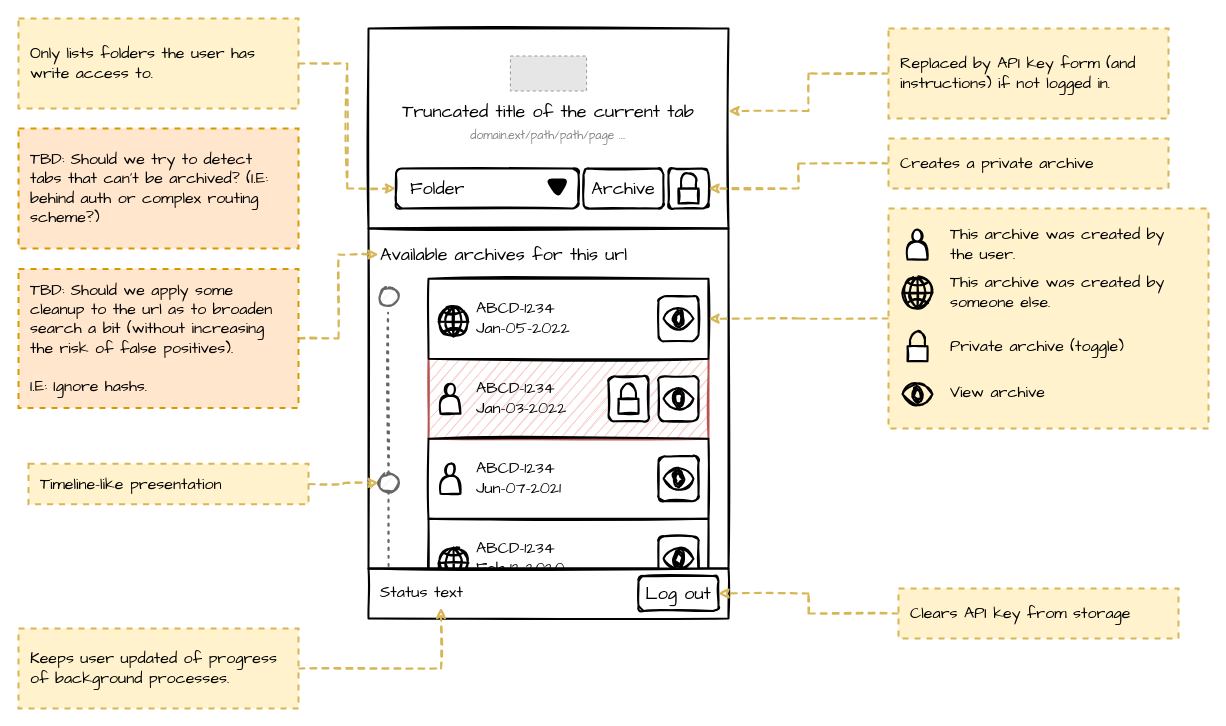
Before: misc/ux-wireframes.drawio in harvard-lil/perma-extension, a draw.io diagram. Source tidied: cells renumbered, new cells numbered last; positions are measured from the earlier drawing's top-left corner, leaving out a move shared by most shapes. Both pictures are drawn from the tidied source at 100%, with x=0, y=0 at pixel (18, 18). Pictures stored in the file or linked from it are replaced by grey dashed boxes.
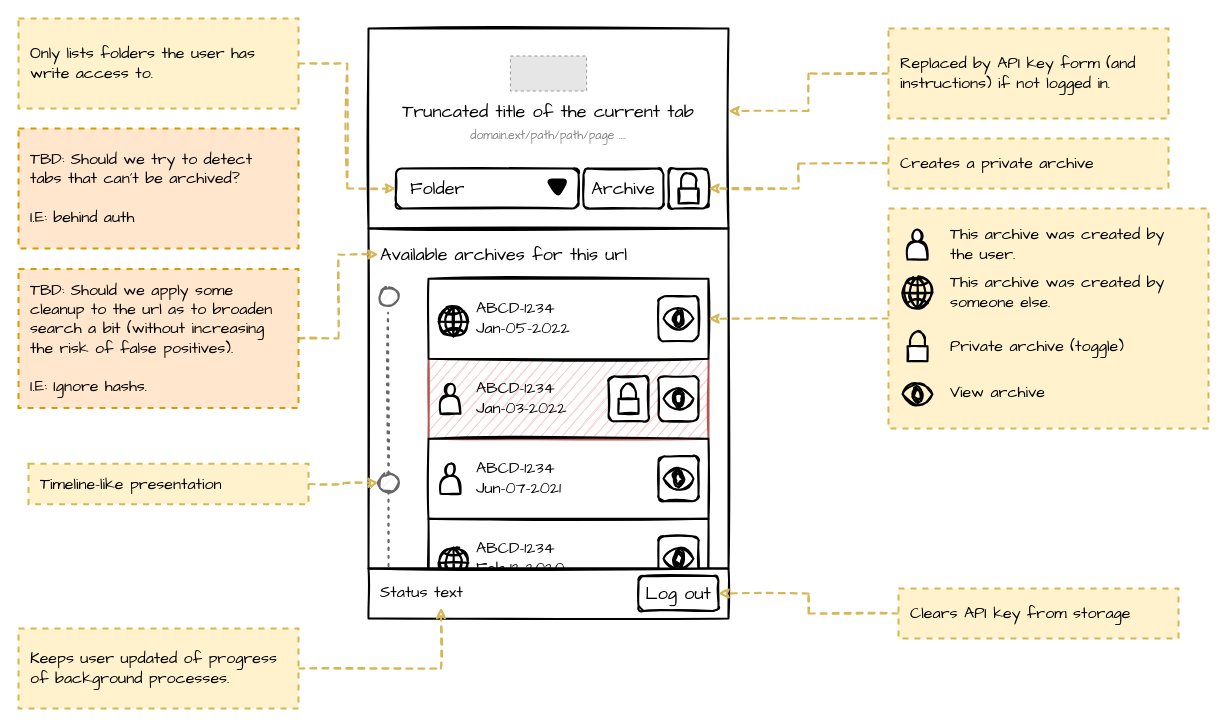
The same diagram, later.

Commit message (it also covers changes not shown here):
Progress: UX Wireframes

Diff of the diagram source:
```diff
@@
-    <mxCell id="62" value="TBD: Should we try to detect tabs that can't be archived? (I.E: behind auth or complex routing scheme?)" style="rounded=0;whiteSpace=wrap;html=1;fontFamily=Comic Sans MS;fontSize=16;align=left;comic=0;strokeWidth=2;fillColor=#ffe6cc;strokeColor=#d79b00;dashed=1;shadow=0;sketch=0;spacing=12;verticalAlign=middle;" parent="1" vertex="1">
+    <mxCell id="62" value="TBD: Should we try to detect tabs that can't be archived? &lt;br&gt;&lt;br&gt;I.E: behind auth" style="rounded=0;whiteSpace=wrap;html=1;fontFamily=Comic Sans MS;fontSize=16;align=left;comic=0;strokeWidth=2;fillColor=#ffe6cc;strokeColor=#d79b00;dashed=1;shadow=0;sketch=0;spacing=12;verticalAlign=middle;" parent="1" vertex="1">
       <mxGeometry y="110" width="280" height="120" as="geometry" />
     </mxCell>
```
